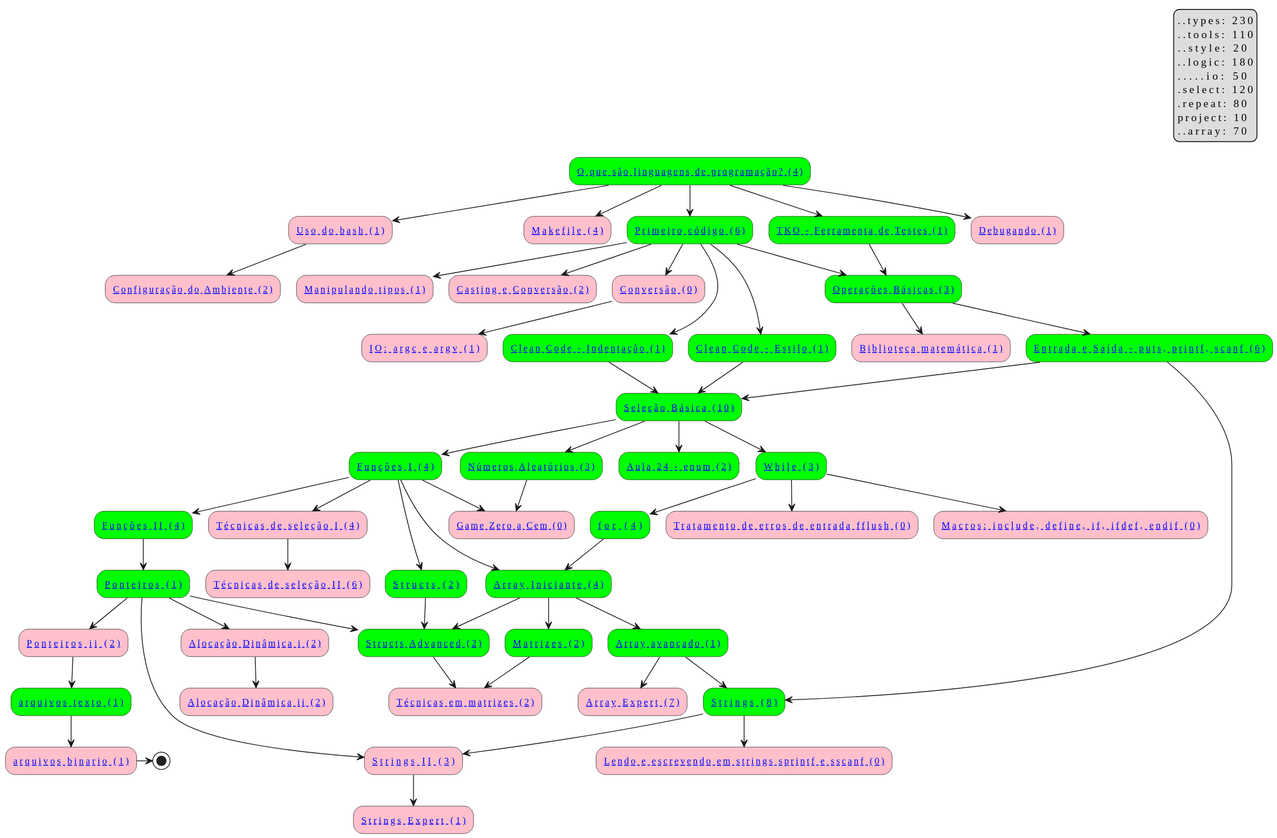
The PlantUML diagram graph/graph.svg in senapk/c_is_fun, before a commit.
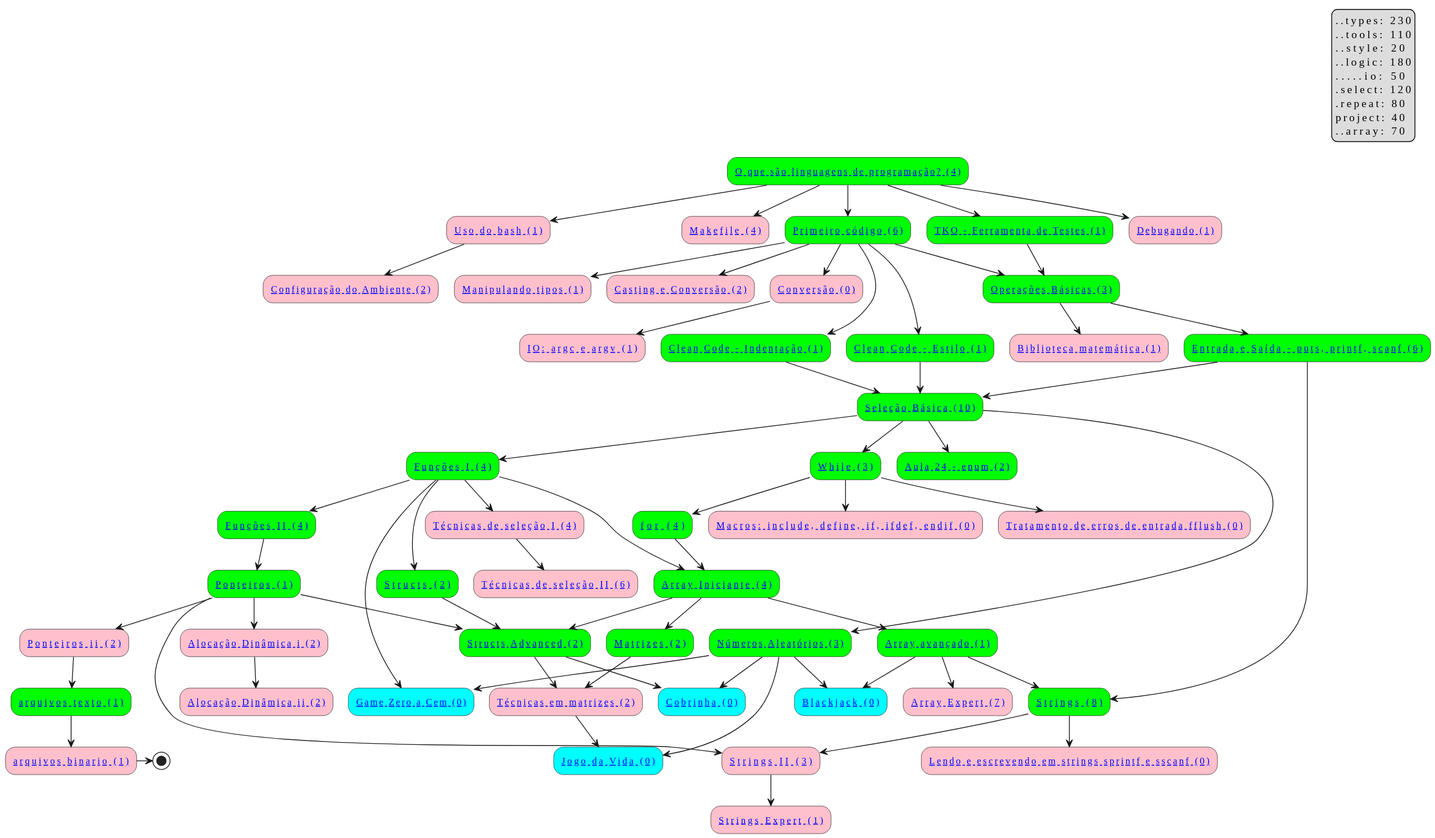
The same file after the commit.

The edit, as a diff of the source:
```diff
@@ -30,12 +30,14 @@
 "[[https://github.com/senapk/c_is_fun/blob/main/graph/Readme.md#seleção-básica-select10 Seleção Básica  (10)]]" #lime --> "[[https://github.com/senapk/c_is_fun/blob/main/graph/Readme.md#while-repeat10 While  (3)]]" #lime
 "[[https://github.com/senapk/c_is_fun/blob/main/graph/Readme.md#while-repeat10 While  (3)]]" #lime --> "[[https://github.com/senapk/c_is_fun/blob/main/graph/Readme.md#for-repeat10 for  (4)]]" #lime
 "[[https://github.com/senapk/c_is_fun/blob/main/graph/Readme.md#seleção-básica-select10 Seleção Básica  (10)]]" #lime --> "[[https://github.com/senapk/c_is_fun/blob/main/graph/Readme.md#números-aleatórios-tools10 Números Aleatórios  (3)]]" #lime
-"[[https://github.com/senapk/c_is_fun/blob/main/graph/Readme.md#números-aleatórios-tools10 Números Aleatórios  (3)]]" #lime --> "[[https://github.com/senapk/c_is_fun/blob/main/graph/Readme.md#game-zero-a-cem-project10 Game Zero a Cem  (0)]]" #pink
-"[[https://github.com/senapk/c_is_fun/blob/main/graph/Readme.md#funções-i-types10 Funções I  (4)]]" #lime --> "[[https://github.com/senapk/c_is_fun/blob/main/graph/Readme.md#game-zero-a-cem-project10 Game Zero a Cem  (0)]]" #pink
+"[[https://github.com/senapk/c_is_fun/blob/main/graph/Readme.md#números-aleatórios-tools10 Números Aleatórios  (3)]]" #lime --> "[[https://github.com/senapk/c_is_fun/blob/main/graph/Readme.md#game-zero-a-cem-project10 Game Zero a Cem  (0)]]" #cyan
+"[[https://github.com/senapk/c_is_fun/blob/main/graph/Readme.md#funções-i-types10 Funções I  (4)]]" #lime --> "[[https://github.com/senapk/c_is_fun/blob/main/graph/Readme.md#game-zero-a-cem-project10 Game Zero a Cem  (0)]]" #cyan
 "[[https://github.com/senapk/c_is_fun/blob/main/graph/Readme.md#conversão-types10 Conversão  (0)]]" #pink --> "[[https://github.com/senapk/c_is_fun/blob/main/graph/Readme.md#io-argc-e-argv-io10 IO: argc e argv  (1)]]" #pink
 "[[https://github.com/senapk/c_is_fun/blob/main/graph/Readme.md#for-repeat10 for  (4)]]" #lime --> "[[https://github.com/senapk/c_is_fun/blob/main/graph/Readme.md#array-iniciante-types10 Array Iniciante  (4)]]" #lime
 "[[https://github.com/senapk/c_is_fun/blob/main/graph/Readme.md#funções-i-types10 Funções I  (4)]]" #lime --> "[[https://github.com/senapk/c_is_fun/blob/main/graph/Readme.md#array-iniciante-types10 Array Iniciante  (4)]]" #lime
 "[[https://github.com/senapk/c_is_fun/blob/main/graph/Readme.md#array-iniciante-types10 Array Iniciante  (4)]]" #lime --> "[[https://github.com/senapk/c_is_fun/blob/main/graph/Readme.md#array-avançado-logic10-select10-repeat10 Array avançado  (1)]]" #lime
+"[[https://github.com/senapk/c_is_fun/blob/main/graph/Readme.md#números-aleatórios-tools10 Números Aleatórios  (3)]]" #lime --> "[[https://github.com/senapk/c_is_fun/blob/main/graph/Readme.md#blackjack-project10 Blackjack  (0)]]" #cyan
+"[[https://github.com/senapk/c_is_fun/blob/main/graph/Readme.md#array-avançado-logic10-select10-repeat10 Array avançado  (1)]]" #lime --> "[[https://github.com/senapk/c_is_fun/blob/main/graph/Readme.md#blackjack-project10 Blackjack  (0)]]" #cyan
 "[[https://github.com/senapk/c_is_fun/blob/main/graph/Readme.md#array-avançado-logic10-select10-repeat10 Array avançado  (1)]]" #lime --> "[[https://github.com/senapk/c_is_fun/blob/main/graph/Readme.md#array-expert-logic10-select10-repeat10 Array Expert  (7)]]" #pink
 "[[https://github.com/senapk/c_is_fun/blob/main/graph/Readme.md#array-avançado-logic10-select10-repeat10 Array avançado  (1)]]" #lime --> "[[https://github.com/senapk/c_is_fun/blob/main/graph/Readme.md#strings-types10-select10 Strings  (8)]]" #lime
 "[[https://github.com/senapk/c_is_fun/blob/main/graph/Readme.md#strings-types10-select10 Strings  (8)]]" #lime --> "[[https://github.com/senapk/c_is_fun/blob/main/graph/Readme.md#strings-ii-select10 Strings II  (3)]]" #pink
@@ -46,9 +48,13 @@
 "[[https://github.com/senapk/c_is_fun/blob/main/graph/Readme.md#array-iniciante-types10 Array Iniciante  (4)]]" #lime --> "[[https://github.com/senapk/c_is_fun/blob/main/graph/Readme.md#matrizes-types20-array30 Matrizes  (2)]]" #lime
 "[[https://github.com/senapk/c_is_fun/blob/main/graph/Readme.md#matrizes-types20-array30 Matrizes  (2)]]" #lime --> "[[https://github.com/senapk/c_is_fun/blob/main/graph/Readme.md#técnicas-em-matrizes-select20-logic20-repeat20-array30 Técnicas em matrizes  (2)]]" #pink
 "[[https://github.com/senapk/c_is_fun/blob/main/graph/Readme.md#structs-advanced-select20-logic30-repeat10-array10 Structs Advanced  (2)]]" #lime --> "[[https://github.com/senapk/c_is_fun/blob/main/graph/Readme.md#técnicas-em-matrizes-select20-logic20-repeat20-array30 Técnicas em matrizes  (2)]]" #pink
+"[[https://github.com/senapk/c_is_fun/blob/main/graph/Readme.md#números-aleatórios-tools10 Números Aleatórios  (3)]]" #lime --> "[[https://github.com/senapk/c_is_fun/blob/main/graph/Readme.md#jogo-da-vida-project10 Jogo da Vida  (0)]]" #cyan
+"[[https://github.com/senapk/c_is_fun/blob/main/graph/Readme.md#técnicas-em-matrizes-select20-logic20-repeat20-array30 Técnicas em matrizes  (2)]]" #pink --> "[[https://github.com/senapk/c_is_fun/blob/main/graph/Readme.md#jogo-da-vida-project10 Jogo da Vida  (0)]]" #cyan
 "[[https://github.com/senapk/c_is_fun/blob/main/graph/Readme.md#ponteiros-types10 Ponteiros  (1)]]" #lime --> "[[https://github.com/senapk/c_is_fun/blob/main/graph/Readme.md#structs-advanced-select20-logic30-repeat10-array10 Structs Advanced  (2)]]" #lime
 "[[https://github.com/senapk/c_is_fun/blob/main/graph/Readme.md#array-iniciante-types10 Array Iniciante  (4)]]" #lime --> "[[https://github.com/senapk/c_is_fun/blob/main/graph/Readme.md#structs-advanced-select20-logic30-repeat10-array10 Structs Advanced  (2)]]" #lime
 "[[https://github.com/senapk/c_is_fun/blob/main/graph/Readme.md#structs-types10 Structs  (2)]]" #lime --> "[[https://github.com/senapk/c_is_fun/blob/main/graph/Readme.md#structs-advanced-select20-logic30-repeat10-array10 Structs Advanced  (2)]]" #lime
+"[[https://github.com/senapk/c_is_fun/blob/main/graph/Readme.md#números-aleatórios-tools10 Números Aleatórios  (3)]]" #lime --> "[[https://github.com/senapk/c_is_fun/blob/main/graph/Readme.md#cobrinha-project10 Cobrinha  (0)]]" #cyan
+"[[https://github.com/senapk/c_is_fun/blob/main/graph/Readme.md#structs-advanced-select20-logic30-repeat10-array10 Structs Advanced  (2)]]" #lime --> "[[https://github.com/senapk/c_is_fun/blob/main/graph/Readme.md#cobrinha-project10 Cobrinha  (0)]]" #cyan
 "[[https://github.com/senapk/c_is_fun/blob/main/graph/Readme.md#seleção-básica-select10 Seleção Básica  (10)]]" #lime --> "[[https://github.com/senapk/c_is_fun/blob/main/graph/Readme.md#aula-24---enum-types10 Aula 24 - enum  (2)]]" #lime
 "[[https://github.com/senapk/c_is_fun/blob/main/graph/Readme.md#ponteiros-types10 Ponteiros  (1)]]" #lime --> "[[https://github.com/senapk/c_is_fun/blob/main/graph/Readme.md#ponteiros-ii-types10-logic10 Ponteiros ii  (2)]]" #pink
 "[[https://github.com/senapk/c_is_fun/blob/main/graph/Readme.md#ponteiros-types10 Ponteiros  (1)]]" #lime --> "[[https://github.com/senapk/c_is_fun/blob/main/graph/Readme.md#alocação-dinâmica-i-types10-logic10 Alocação Dinâmica i  (2)]]" #pink
@@ -64,7 +70,7 @@
   .....io: 50
   .select: 120
   .repeat: 80
-  project: 10
+  project: 40
   ..array: 70
 end legend
 @enduml
```
